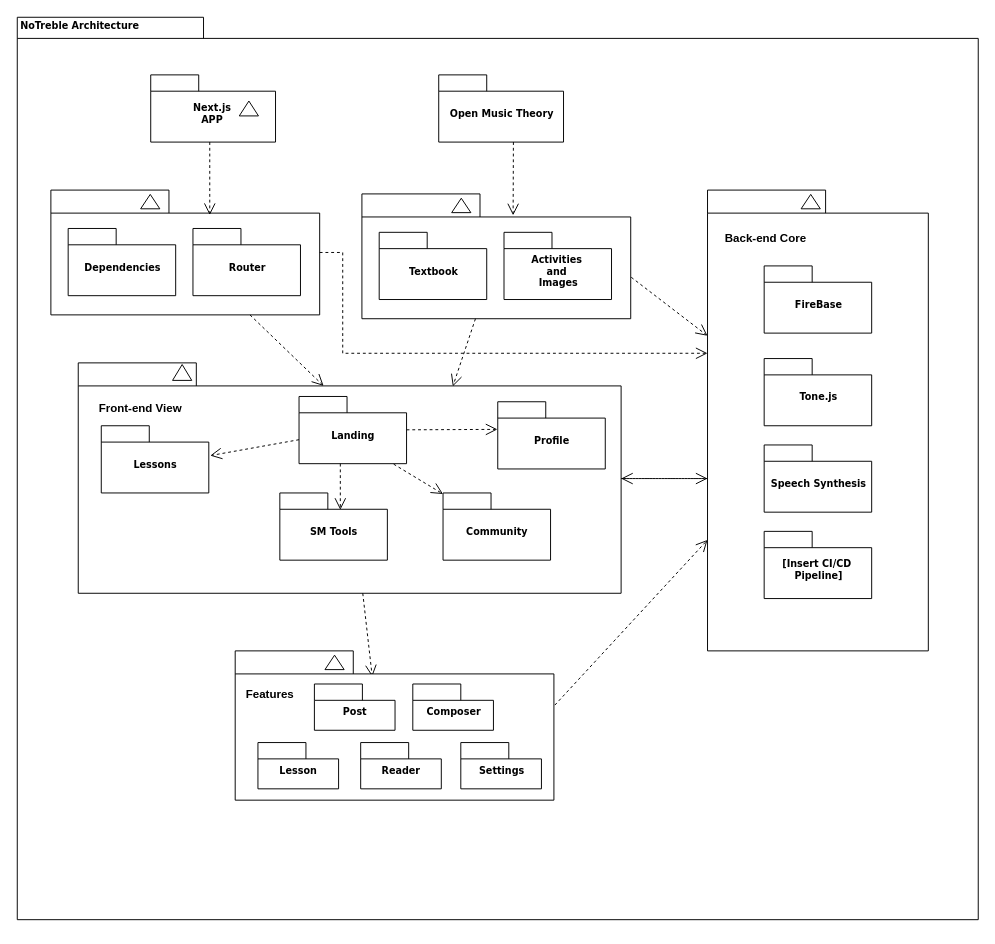
This is uml_diagrams/Website Architecture Diagram.drawio from simchildress/NoTrebleTesting, a draw.io file, before an edit. Source tidied: cells renumbered, new cells numbered last; positions are measured from the earlier drawing's top-left corner, leaving out a move shared by most shapes. Both pictures are drawn from the tidied source at 96%, with x=0, y=0 at pixel (16, 16).
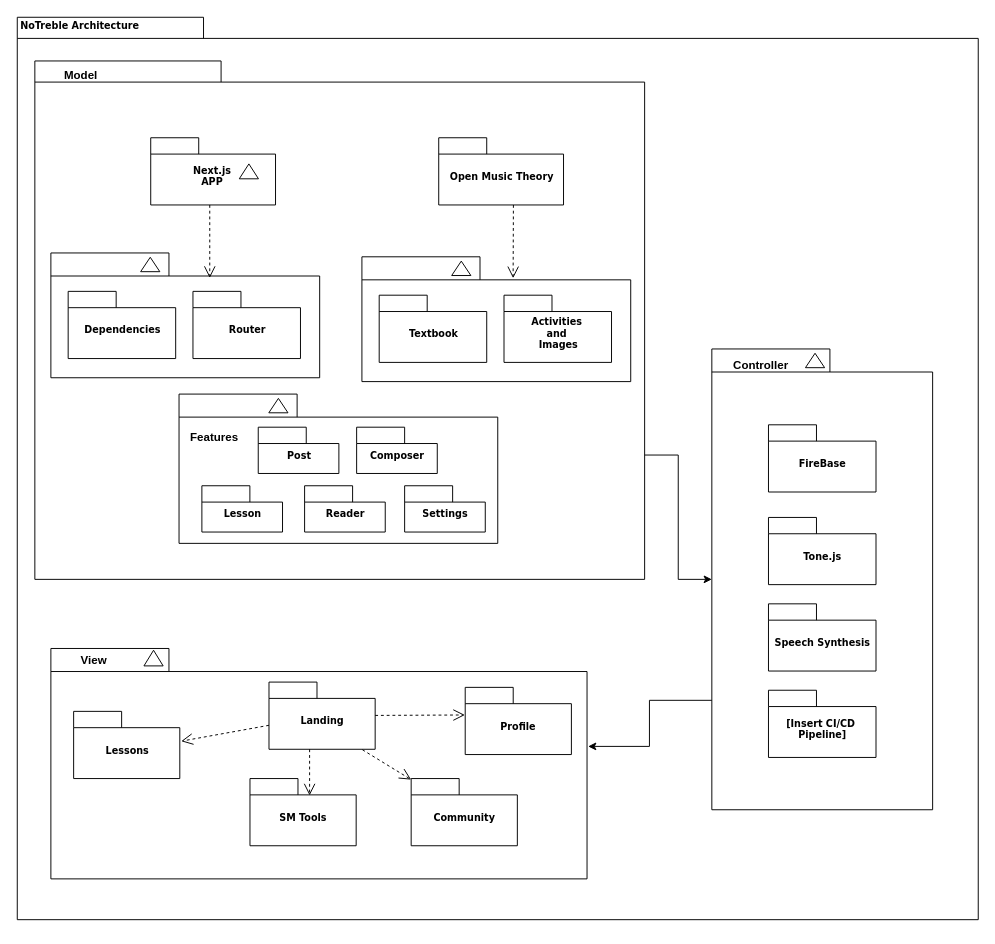
After the change.

Commit message:
Update Website Architecture Diagram.drawio to be MVC format

Unchanged cells that the change refers to:
```xml
<mxCell id="2" style="shape=folder;fontStyle=1;spacingTop=10;tabWidth=194;tabHeight=22;tabPosition=left;html=1;rounded=0;shadow=0;comic=0;labelBackgroundColor=none;strokeWidth=1;fillColor=none;fontFamily=Verdana;fontSize=10;align=center;" parent="1" vertex="1">
  <mxGeometry x="0.5" y="0.5" width="1001" height="940" as="geometry" />
</mxCell>
<mxCell id="17" value="Next.js&amp;nbsp;&lt;div&gt;APP&amp;nbsp;&lt;/div&gt;" style="shape=folder;fontStyle=1;spacingTop=10;tabWidth=50;tabHeight=17;tabPosition=left;html=1;rounded=0;shadow=0;comic=0;labelBackgroundColor=none;strokeWidth=1;fontFamily=Verdana;fontSize=10;align=center;" parent="16" vertex="1">
  <mxGeometry width="130" height="70" as="geometry" />
</mxCell>
<mxCell id="22" style="shape=folder;fontStyle=1;spacingTop=10;tabWidth=123;tabHeight=24;tabPosition=left;html=1;rounded=0;shadow=0;comic=0;labelBackgroundColor=none;strokeWidth=1;fontFamily=Verdana;fontSize=10;align=center;" parent="21" vertex="1">
  <mxGeometry width="280" height="130" as="geometry" />
</mxCell>
<mxCell id="27" style="shape=folder;fontStyle=1;spacingTop=10;tabWidth=123;tabHeight=24;tabPosition=left;html=1;rounded=0;shadow=0;comic=0;labelBackgroundColor=none;strokeWidth=1;fontFamily=Verdana;fontSize=10;align=center;" parent="26" vertex="1">
  <mxGeometry width="280" height="130" as="geometry" />
</mxCell>
<mxCell id="32" style="group;" parent="31" vertex="1">
  <mxGeometry width="230" height="480" as="geometry" />
</mxCell>
<mxCell id="33" style="shape=folder;fontStyle=1;spacingTop=10;tabWidth=123;tabHeight=24;tabPosition=left;html=1;rounded=0;shadow=0;comic=0;labelBackgroundColor=none;strokeWidth=1;fontFamily=Verdana;fontSize=10;align=center;" parent="32" vertex="1">
  <mxGeometry width="230" height="480" as="geometry" />
</mxCell>
```

The edit, as a diff of the source:
```diff
@@
     <mxCell id="3" style="group;" parent="1" vertex="1">
-      <mxGeometry x="64" y="360.5" width="565.5" height="240" as="geometry" />
+      <mxGeometry x="35.5" y="658" width="558.5" height="240" as="geometry" />
     </mxCell>
     <mxCell id="4" style="shape=folder;fontStyle=1;spacingTop=10;tabWidth=123;tabHeight=24;tabPosition=left;html=1;rounded=0;shadow=0;comic=0;labelBackgroundColor=none;strokeColor=#000000;strokeWidth=1;fillColor=#ffffff;fontFamily=Verdana;fontSize=10;fontColor=#000000;align=center;" parent="3" vertex="1">
-      <mxGeometry width="565.5" height="240" as="geometry" />
+      <mxGeometry width="558.5" height="240" as="geometry" />
     </mxCell>
     <mxCell id="5" style="triangle;whiteSpace=wrap;html=1;rounded=0;shadow=0;comic=0;labelBackgroundColor=none;strokeColor=#000000;strokeWidth=1;fillColor=#ffffff;fontFamily=Verdana;fontSize=10;fontColor=#000000;align=center;rotation=-90;" parent="3" vertex="1">
-      <mxGeometry x="100" width="16.5" height="20" as="geometry" />
+      <mxGeometry x="98.8" width="16.3" height="20" as="geometry" />
     </mxCell>
     <mxCell id="6" value="Landing" style="shape=folder;fontStyle=1;spacingTop=10;tabWidth=50;tabHeight=17;tabPosition=left;html=1;rounded=0;shadow=0;comic=0;labelBackgroundColor=none;strokeColor=#000000;strokeWidth=1;fillColor=#ffffff;fontFamily=Verdana;fontSize=10;fontColor=#000000;align=center;" parent="3" vertex="1">
-      <mxGeometry x="230" y="35" width="112" height="70" as="geometry" />
+      <mxGeometry x="227.2" y="35" width="110.6" height="70" as="geometry" />
     </mxCell>
     <mxCell id="7" value="SM Tools" style="shape=folder;fontStyle=1;spacingTop=10;tabWidth=50;tabHeight=17;tabPosition=left;html=1;rounded=0;shadow=0;comic=0;labelBackgroundColor=none;strokeColor=#000000;strokeWidth=1;fillColor=#ffffff;fontFamily=Verdana;fontSize=10;fontColor=#000000;align=center;" parent="3" vertex="1">
-      <mxGeometry x="210" y="135.5" width="112" height="70" as="geometry" />
+      <mxGeometry x="207.4" y="135.5" width="110.6" height="70" as="geometry" />
     </mxCell>
     <mxCell id="8" value="Lessons" style="shape=folder;fontStyle=1;spacingTop=10;tabWidth=50;tabHeight=17;tabPosition=left;html=1;rounded=0;shadow=0;comic=0;labelBackgroundColor=none;strokeColor=#000000;strokeWidth=1;fillColor=#ffffff;fontFamily=Verdana;fontSize=10;fontColor=#000000;align=center;" parent="3" vertex="1">
-      <mxGeometry x="24" y="65.5" width="112" height="70" as="geometry" />
+      <mxGeometry x="23.7" y="65.5" width="110.6" height="70" as="geometry" />
     </mxCell>
     <mxCell id="9" value="Profile" style="shape=folder;fontStyle=1;spacingTop=10;tabWidth=50;tabHeight=17;tabPosition=left;html=1;rounded=0;shadow=0;comic=0;labelBackgroundColor=none;strokeColor=#000000;strokeWidth=1;fillColor=#ffffff;fontFamily=Verdana;fontSize=10;fontColor=#000000;align=center;" parent="3" vertex="1">
-      <mxGeometry x="437" y="40.5" width="112" height="70" as="geometry" />
+      <mxGeometry x="431.6" y="40.5" width="110.6" height="70" as="geometry" />
     </mxCell>
@@
     <mxCell id="13" value="Community" style="shape=folder;fontStyle=1;spacingTop=10;tabWidth=50;tabHeight=17;tabPosition=left;html=1;rounded=0;shadow=0;comic=0;labelBackgroundColor=none;strokeColor=#000000;strokeWidth=1;fillColor=#ffffff;fontFamily=Verdana;fontSize=10;fontColor=#000000;align=center;" parent="3" vertex="1">
-      <mxGeometry x="380" y="135.5" width="112" height="70" as="geometry" />
+      <mxGeometry x="375.3" y="135.5" width="110.6" height="70" as="geometry" />
     </mxCell>
@@
-    <mxCell id="15" value="&lt;b&gt;Front-end View&lt;/b&gt;" style="text;html=1;align=center;verticalAlign=middle;whiteSpace=wrap;rounded=0;" parent="3" vertex="1">
-      <mxGeometry x="20" y="35" width="90" height="25.5" as="geometry" />
-    </mxCell>
+    <mxCell id="60" value="&lt;b&gt;View&lt;/b&gt;" style="text;html=1;align=center;verticalAlign=middle;whiteSpace=wrap;rounded=0;" parent="3" vertex="1">
+      <mxGeometry width="88.9" height="25.5" as="geometry" />
+    </mxCell>
     <mxCell id="16" style="group;" parent="1" vertex="1">
-      <mxGeometry x="139.5" y="60.5" width="130" height="70" as="geometry" />
+      <mxGeometry x="139.5" y="126" width="130" height="70" as="geometry" />
     </mxCell>
@@
     <mxCell id="19" style="group;" parent="1" vertex="1">
-      <mxGeometry x="439.5" y="60.5" width="130" height="70" as="geometry" />
+      <mxGeometry x="439.5" y="126" width="130" height="70" as="geometry" />
     </mxCell>
@@
     <mxCell id="21" style="group;" parent="1" vertex="1">
-      <mxGeometry x="35.5" y="180.5" width="280" height="130" as="geometry" />
+      <mxGeometry x="35.5" y="246" width="280" height="130" as="geometry" />
     </mxCell>
@@
     <mxCell id="26" style="group;" parent="1" vertex="1">
-      <mxGeometry x="359.5" y="184.5" width="280" height="130" as="geometry" />
+      <mxGeometry x="359.5" y="250" width="280" height="130" as="geometry" />
     </mxCell>
@@
     <mxCell id="31" style="group;" parent="1" vertex="1">
-      <mxGeometry x="719.5" y="180.5" width="230" height="480" as="geometry" />
+      <mxGeometry x="724" y="346" width="230" height="480" as="geometry" />
     </mxCell>
@@
-    <mxCell id="39" value="&lt;div&gt;&lt;b&gt;Back-end&amp;nbsp;&lt;/b&gt;&lt;b style=&quot;background-color: transparent; color: light-dark(rgb(0, 0, 0), rgb(255, 255, 255));&quot;&gt;Core&amp;nbsp;&lt;/b&gt;&lt;/div&gt;" style="text;html=1;align=center;verticalAlign=middle;whiteSpace=wrap;rounded=0;" parent="32" vertex="1">
-      <mxGeometry x="14.5" y="35.5" width="95.5" height="30" as="geometry" />
-    </mxCell>
-    <mxCell id="40" style="edgeStyle=none;rounded=0;html=1;entryX=0.43;entryY=0.173;entryPerimeter=0;dashed=1;labelBackgroundColor=none;startFill=0;endArrow=open;endFill=0;endSize=10;fontFamily=Verdana;fontSize=10;" parent="1" edge="1" source="4" target="43">
-      <mxGeometry relative="1" as="geometry" />
-    </mxCell>
-    <mxCell id="41" style="edgeStyle=elbowEdgeStyle;rounded=0;html=1;dashed=1;labelBackgroundColor=none;startFill=0;endArrow=open;endFill=0;endSize=10;fontFamily=Verdana;fontSize=10;elbow=vertical;" parent="1" edge="1" source="4" target="33">
-      <mxGeometry relative="1" as="geometry" />
-    </mxCell>
-    <mxCell id="42" style="edgeStyle=none;rounded=0;html=1;dashed=1;labelBackgroundColor=none;startFill=0;endArrow=open;endFill=0;endSize=10;fontFamily=Verdana;fontSize=10;exitX=1.003;exitY=0.363;exitPerimeter=0;" parent="1" edge="1" source="43" target="33">
-      <mxGeometry relative="1" as="geometry" />
-    </mxCell>
+    <mxCell id="61" value="&lt;div&gt;&lt;b style=&quot;background-color: transparent; color: light-dark(rgb(0, 0, 0), rgb(255, 255, 255));&quot;&gt;Controller&amp;nbsp;&lt;/b&gt;&lt;/div&gt;" style="text;html=1;align=center;verticalAlign=middle;whiteSpace=wrap;rounded=0;" parent="32" vertex="1">
+      <mxGeometry x="4.5" y="2" width="95.5" height="30" as="geometry" />
+    </mxCell>
+    <mxCell id="46" style="rounded=0;html=1;dashed=1;labelBackgroundColor=none;startFill=0;endArrow=open;endFill=0;endSize=10;fontFamily=Verdana;fontSize=10;entryX=0.592;entryY=0.2;entryPerimeter=0;edgeStyle=elbowEdgeStyle;" parent="1" edge="1" source="17" target="22">
+      <mxGeometry relative="1" as="geometry" />
+    </mxCell>
+    <mxCell id="47" style="rounded=0;html=1;dashed=1;labelBackgroundColor=none;startFill=0;endArrow=open;endFill=0;endSize=10;fontFamily=Verdana;fontSize=10;entryX=0.592;entryY=0.2;entryPerimeter=0;edgeStyle=elbowEdgeStyle;" parent="1" edge="1">
+      <mxGeometry relative="1" as="geometry">
+        <mxPoint x="517.3" y="196" as="sourcePoint" />
+        <mxPoint x="517.3" y="272.3" as="targetPoint" />
+      </mxGeometry>
+    </mxCell>
+    <mxCell id="52" value="&lt;b&gt;NoTreble Architecture&lt;/b&gt;" style="text;html=1;align=left;verticalAlign=top;spacingTop=-4;fontSize=10;fontFamily=Verdana;" parent="1" vertex="1">
+      <mxGeometry x="1.5" y="0.5" width="130" height="20" as="geometry" />
+    </mxCell>
+    <mxCell id="59" style="edgeStyle=orthogonalEdgeStyle;rounded=0;orthogonalLoop=1;jettySize=auto;html=1;exitX=0.5;exitY=1;exitDx=0;exitDy=0;exitPerimeter=0;" parent="1" edge="1" source="2" target="2">
+      <mxGeometry relative="1" as="geometry" />
+    </mxCell>
+    <mxCell id="62" style="edgeStyle=orthogonalEdgeStyle;rounded=0;jettySize=auto;html=1;exitX=0;exitY=0;exitDx=635.25;exitDy=410.5;exitPerimeter=0;" parent="1" edge="1" source="63" target="33">
+      <mxGeometry relative="1" as="geometry" />
+    </mxCell>
+    <mxCell id="63" style="shape=folder;fontStyle=1;spacingTop=10;tabWidth=194;tabHeight=22;tabPosition=left;html=1;rounded=0;shadow=0;comic=0;labelBackgroundColor=none;strokeWidth=1;fillColor=none;fontFamily=Verdana;fontSize=10;align=center;" parent="1" vertex="1">
+      <mxGeometry x="18.8" y="46" width="635.2" height="540" as="geometry" />
+    </mxCell>
+    <mxCell id="64" value="&lt;div&gt;&lt;b style=&quot;background-color: transparent; color: light-dark(rgb(0, 0, 0), rgb(255, 255, 255));&quot;&gt;Model&lt;/b&gt;&lt;/div&gt;" style="text;html=1;align=center;verticalAlign=middle;whiteSpace=wrap;rounded=0;" parent="1" vertex="1">
+      <mxGeometry x="18.8" y="46" width="95.5" height="30" as="geometry" />
+    </mxCell>
+    <mxCell id="65" style="group;" parent="1" vertex="1">
+      <mxGeometry x="169" y="393" width="332" height="155.5" as="geometry" />
+    </mxCell>
-    <mxCell id="43" style="shape=folder;fontStyle=1;spacingTop=10;tabWidth=123;tabHeight=24;tabPosition=left;html=1;rounded=0;shadow=0;comic=0;labelBackgroundColor=none;strokeWidth=1;fontFamily=Verdana;fontSize=10;align=center;" parent="1" vertex="1">
-      <mxGeometry x="227.5" y="660.5" width="332" height="155.5" as="geometry" />
+    <mxCell id="43" style="shape=folder;fontStyle=1;spacingTop=10;tabWidth=123;tabHeight=24;tabPosition=left;html=1;rounded=0;shadow=0;comic=0;labelBackgroundColor=none;strokeWidth=1;fontFamily=Verdana;fontSize=10;align=center;" parent="65" vertex="1">
+      <mxGeometry width="332" height="155.5" as="geometry" />
     </mxCell>
-    <mxCell id="44" style="triangle;whiteSpace=wrap;html=1;rounded=0;shadow=0;comic=0;labelBackgroundColor=none;strokeWidth=1;fontFamily=Verdana;fontSize=10;align=center;rotation=-90;" parent="1" vertex="1">
-      <mxGeometry x="323.5" y="662.5" width="15" height="20" as="geometry" />
+    <mxCell id="44" style="triangle;whiteSpace=wrap;html=1;rounded=0;shadow=0;comic=0;labelBackgroundColor=none;strokeWidth=1;fontFamily=Verdana;fontSize=10;align=center;rotation=-90;" parent="65" vertex="1">
+      <mxGeometry x="96" y="2" width="15" height="20" as="geometry" />
     </mxCell>
-    <mxCell id="45" value="Post" style="shape=folder;fontStyle=1;spacingTop=10;tabWidth=50;tabHeight=17;tabPosition=left;html=1;rounded=0;shadow=0;comic=0;labelBackgroundColor=none;strokeWidth=1;fontFamily=Verdana;fontSize=10;align=center;" parent="1" vertex="1">
-      <mxGeometry x="310" y="695" width="84" height="48.2" as="geometry" />
+    <mxCell id="45" value="Post" style="shape=folder;fontStyle=1;spacingTop=10;tabWidth=50;tabHeight=17;tabPosition=left;html=1;rounded=0;shadow=0;comic=0;labelBackgroundColor=none;strokeWidth=1;fontFamily=Verdana;fontSize=10;align=center;" parent="65" vertex="1">
+      <mxGeometry x="82.5" y="34.5" width="84" height="48.2" as="geometry" />
     </mxCell>
-    <mxCell id="46" style="rounded=0;html=1;dashed=1;labelBackgroundColor=none;startFill=0;endArrow=open;endFill=0;endSize=10;fontFamily=Verdana;fontSize=10;entryX=0.592;entryY=0.2;entryPerimeter=0;edgeStyle=elbowEdgeStyle;" parent="1" edge="1" source="17" target="22">
-      <mxGeometry relative="1" as="geometry" />
-    </mxCell>
-    <mxCell id="47" style="rounded=0;html=1;dashed=1;labelBackgroundColor=none;startFill=0;endArrow=open;endFill=0;endSize=10;fontFamily=Verdana;fontSize=10;entryX=0.592;entryY=0.2;entryPerimeter=0;edgeStyle=elbowEdgeStyle;" parent="1" edge="1">
-      <mxGeometry relative="1" as="geometry">
-        <mxPoint x="517.3" y="130.5" as="sourcePoint" />
-        <mxPoint x="517.3" y="206.8" as="targetPoint" />
-      </mxGeometry>
-    </mxCell>
-    <mxCell id="48" style="rounded=0;html=1;entryX=0.452;entryY=0.1;entryPerimeter=0;dashed=1;labelBackgroundColor=none;startFill=0;endArrow=open;endFill=0;endSize=10;fontFamily=Verdana;fontSize=10;" parent="1" edge="1" source="22" target="4">
-      <mxGeometry relative="1" as="geometry" />
-    </mxCell>
-    <mxCell id="49" style="edgeStyle=none;rounded=0;html=1;entryX=0.69;entryY=0.102;entryPerimeter=0;dashed=1;labelBackgroundColor=none;startFill=0;endArrow=open;endFill=0;endSize=10;fontFamily=Verdana;fontSize=10;" parent="1" edge="1" source="27" target="4">
-      <mxGeometry relative="1" as="geometry" />
-    </mxCell>
-    <mxCell id="50" style="edgeStyle=none;rounded=0;html=1;dashed=1;labelBackgroundColor=none;startFill=0;endArrow=open;endFill=0;endSize=10;fontFamily=Verdana;fontSize=10;exitX=1.002;exitY=0.668;exitPerimeter=0;" parent="1" edge="1" source="27" target="33">
-      <mxGeometry relative="1" as="geometry" />
-    </mxCell>
-    <mxCell id="51" style="edgeStyle=orthogonalEdgeStyle;rounded=0;html=1;dashed=1;labelBackgroundColor=none;startFill=0;endArrow=open;endFill=0;endSize=10;fontFamily=Verdana;fontSize=10;" parent="1" edge="1" source="22" target="33">
-      <mxGeometry relative="1" as="geometry">
-        <Array as="points">
-          <mxPoint x="339.5" y="245.5" />
-          <mxPoint x="339.5" y="350.5" />
-        </Array>
-      </mxGeometry>
-    </mxCell>
-    <mxCell id="52" value="&lt;b&gt;NoTreble Architecture&lt;/b&gt;" style="text;html=1;align=left;verticalAlign=top;spacingTop=-4;fontSize=10;fontFamily=Verdana;" parent="1" vertex="1">
-      <mxGeometry x="1.5" y="0.5" width="130" height="20" as="geometry" />
-    </mxCell>
-    <mxCell id="53" value="Composer" style="shape=folder;fontStyle=1;spacingTop=10;tabWidth=50;tabHeight=17;tabPosition=left;html=1;rounded=0;shadow=0;comic=0;labelBackgroundColor=none;strokeWidth=1;fontFamily=Verdana;fontSize=10;align=center;" parent="1" vertex="1">
-      <mxGeometry x="412.5" y="695" width="84" height="48.2" as="geometry" />
+    <mxCell id="53" value="Composer" style="shape=folder;fontStyle=1;spacingTop=10;tabWidth=50;tabHeight=17;tabPosition=left;html=1;rounded=0;shadow=0;comic=0;labelBackgroundColor=none;strokeWidth=1;fontFamily=Verdana;fontSize=10;align=center;" parent="65" vertex="1">
+      <mxGeometry x="185" y="34.5" width="84" height="48.2" as="geometry" />
     </mxCell>
-    <mxCell id="54" value="Reader" style="shape=folder;fontStyle=1;spacingTop=10;tabWidth=50;tabHeight=17;tabPosition=left;html=1;rounded=0;shadow=0;comic=0;labelBackgroundColor=none;strokeWidth=1;fontFamily=Verdana;fontSize=10;align=center;" parent="1" vertex="1">
-      <mxGeometry x="358.2" y="756" width="84" height="48.2" as="geometry" />
+    <mxCell id="54" value="Reader" style="shape=folder;fontStyle=1;spacingTop=10;tabWidth=50;tabHeight=17;tabPosition=left;html=1;rounded=0;shadow=0;comic=0;labelBackgroundColor=none;strokeWidth=1;fontFamily=Verdana;fontSize=10;align=center;" parent="65" vertex="1">
+      <mxGeometry x="130.8" y="95.5" width="84" height="48.2" as="geometry" />
     </mxCell>
-    <mxCell id="55" value="Lesson" style="shape=folder;fontStyle=1;spacingTop=10;tabWidth=50;tabHeight=17;tabPosition=left;html=1;rounded=0;shadow=0;comic=0;labelBackgroundColor=none;strokeWidth=1;fontFamily=Verdana;fontSize=10;align=center;" parent="1" vertex="1">
-      <mxGeometry x="251.2" y="756" width="84" height="48.2" as="geometry" />
+    <mxCell id="55" value="Lesson" style="shape=folder;fontStyle=1;spacingTop=10;tabWidth=50;tabHeight=17;tabPosition=left;html=1;rounded=0;shadow=0;comic=0;labelBackgroundColor=none;strokeWidth=1;fontFamily=Verdana;fontSize=10;align=center;" parent="65" vertex="1">
+      <mxGeometry x="23.8" y="95.5" width="84" height="48.2" as="geometry" />
     </mxCell>
-    <mxCell id="56" value="&lt;b&gt;Features&lt;/b&gt;" style="text;html=1;align=center;verticalAlign=middle;whiteSpace=wrap;rounded=0;" parent="1" vertex="1">
-      <mxGeometry x="234" y="696" width="60" height="19" as="geometry" />
+    <mxCell id="56" value="&lt;b&gt;Features&lt;/b&gt;" style="text;html=1;align=center;verticalAlign=middle;whiteSpace=wrap;rounded=0;" parent="65" vertex="1">
+      <mxGeometry x="6.5" y="35.5" width="60" height="19" as="geometry" />
     </mxCell>
-    <mxCell id="57" value="Settings" style="shape=folder;fontStyle=1;spacingTop=10;tabWidth=50;tabHeight=17;tabPosition=left;html=1;rounded=0;shadow=0;comic=0;labelBackgroundColor=none;strokeWidth=1;fontFamily=Verdana;fontSize=10;align=center;" parent="1" vertex="1">
-      <mxGeometry x="462.5" y="756" width="84" height="48.2" as="geometry" />
+    <mxCell id="57" value="Settings" style="shape=folder;fontStyle=1;spacingTop=10;tabWidth=50;tabHeight=17;tabPosition=left;html=1;rounded=0;shadow=0;comic=0;labelBackgroundColor=none;strokeWidth=1;fontFamily=Verdana;fontSize=10;align=center;" parent="65" vertex="1">
+      <mxGeometry x="235" y="95.5" width="84" height="48.2" as="geometry" />
     </mxCell>
-    <mxCell id="58" style="edgeStyle=elbowEdgeStyle;rounded=0;html=1;dashed=1;labelBackgroundColor=none;startFill=0;endArrow=open;endFill=0;endSize=10;fontFamily=Verdana;fontSize=10;elbow=vertical;" parent="1" edge="1" source="33" target="4">
+    <mxCell id="58" style="edgeStyle=orthogonalEdgeStyle;rounded=0;jettySize=auto;html=1;exitX=0;exitY=0;exitDx=0;exitDy=366;exitPerimeter=0;entryX=1.002;entryY=0.425;entryDx=0;entryDy=0;entryPerimeter=0;" parent="1" edge="1" source="33" target="4">
       <mxGeometry relative="1" as="geometry" />
     </mxCell>
-    <mxCell id="59" style="edgeStyle=orthogonalEdgeStyle;rounded=0;orthogonalLoop=1;jettySize=auto;html=1;exitX=0.5;exitY=1;exitDx=0;exitDy=0;exitPerimeter=0;" parent="1" edge="1" source="2" target="2">
-      <mxGeometry relative="1" as="geometry" />
-    </mxCell>
```
